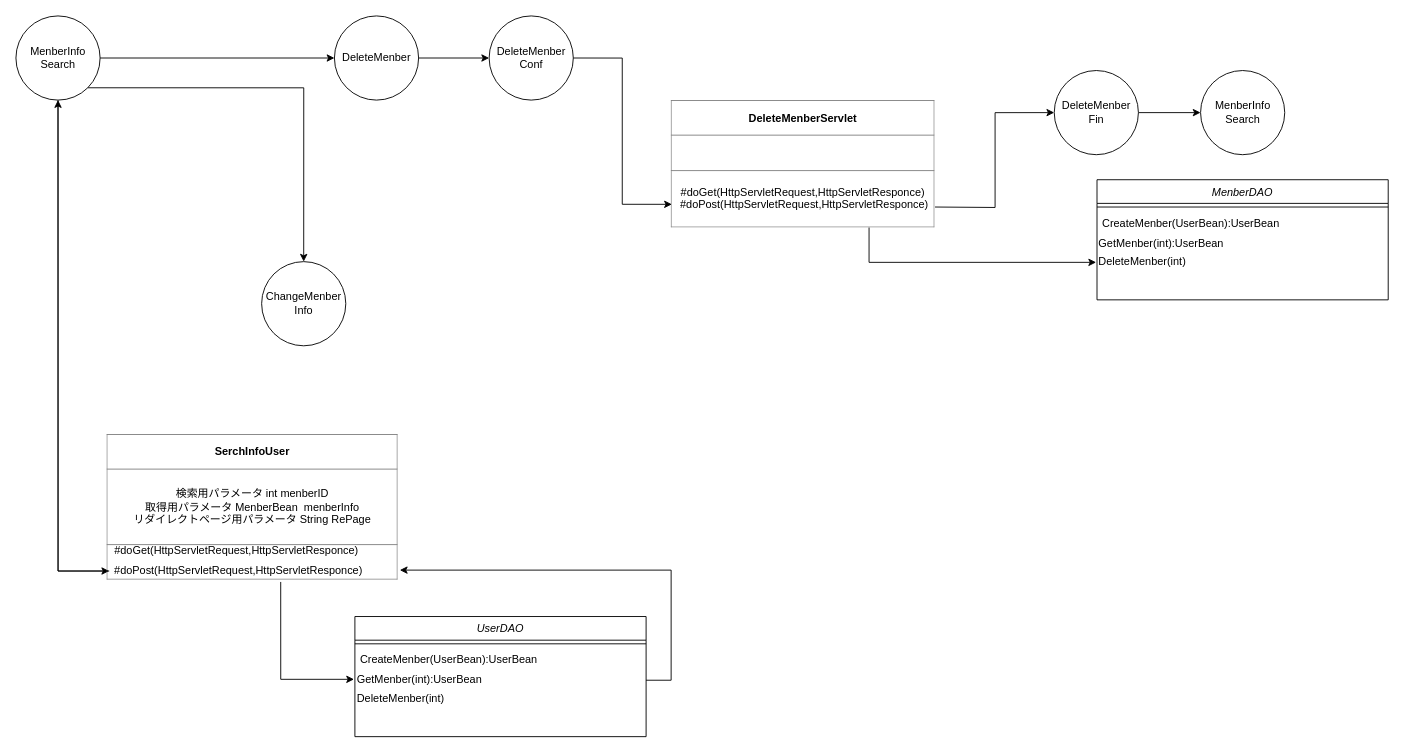
This is page "MenberInfoSearch" (4 of 4) of path/内部設計/クラス図.drawio from 2022java42-student004/Library, a draw.io file, before an edit. Source tidied: cells renumbered, new cells numbered last; positions are measured from the earlier drawing's top-left corner, leaving out a move shared by most shapes. Both pictures are drawn from the tidied source at 91%, with x=0, y=0 at pixel (15, 15).
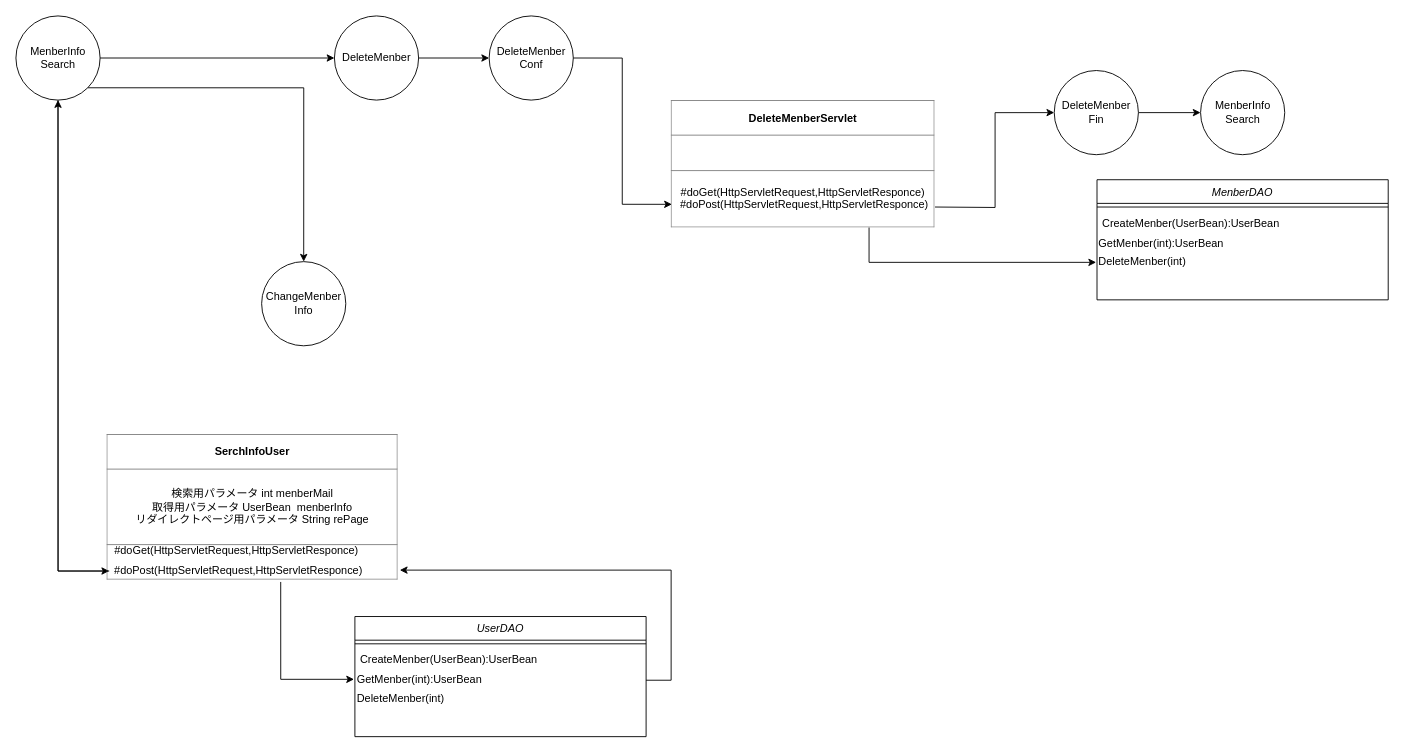
Above is the later version.

What changed in the source:
```diff
@@
-    <mxCell id="9" value="&lt;table border=&quot;1&quot; width=&quot;100%&quot; height=&quot;100%&quot; cellpadding=&quot;4&quot; style=&quot;width:100%;height:100%;border-collapse:collapse;&quot;&gt;&lt;tbody&gt;&lt;tr&gt;&lt;th align=&quot;center&quot;&gt;SerchInfoUser&lt;/th&gt;&lt;/tr&gt;&lt;tr&gt;&lt;td align=&quot;center&quot;&gt;検索用パラメータ int menberID&lt;br&gt;取得用パラメータ MenberBean&amp;nbsp; menberInfo&lt;br&gt;リダイレクトページ用パラメータ String RePage&lt;/td&gt;&lt;/tr&gt;&lt;tr&gt;&lt;td align=&quot;center&quot;&gt;&lt;br&gt;&lt;/td&gt;&lt;/tr&gt;&lt;/tbody&gt;&lt;/table&gt;" style="text;html=1;strokeColor=none;fillColor=none;overflow=fill;" parent="1" vertex="1">
+    <mxCell id="9" value="&lt;table border=&quot;1&quot; width=&quot;100%&quot; height=&quot;100%&quot; cellpadding=&quot;4&quot; style=&quot;width:100%;height:100%;border-collapse:collapse;&quot;&gt;&lt;tbody&gt;&lt;tr&gt;&lt;th align=&quot;center&quot;&gt;SerchInfoUser&lt;/th&gt;&lt;/tr&gt;&lt;tr&gt;&lt;td align=&quot;center&quot;&gt;検索用パラメータ int menberMail&lt;br&gt;取得用パラメータ UserBean&amp;nbsp; menberInfo&lt;br&gt;リダイレクトページ用パラメータ String rePage&lt;/td&gt;&lt;/tr&gt;&lt;tr&gt;&lt;td align=&quot;center&quot;&gt;&lt;br&gt;&lt;/td&gt;&lt;/tr&gt;&lt;/tbody&gt;&lt;/table&gt;" style="text;html=1;strokeColor=none;fillColor=none;overflow=fill;" parent="1" vertex="1">
       <mxGeometry x="100" y="460" width="320" height="160" as="geometry" />
     </mxCell>
```
